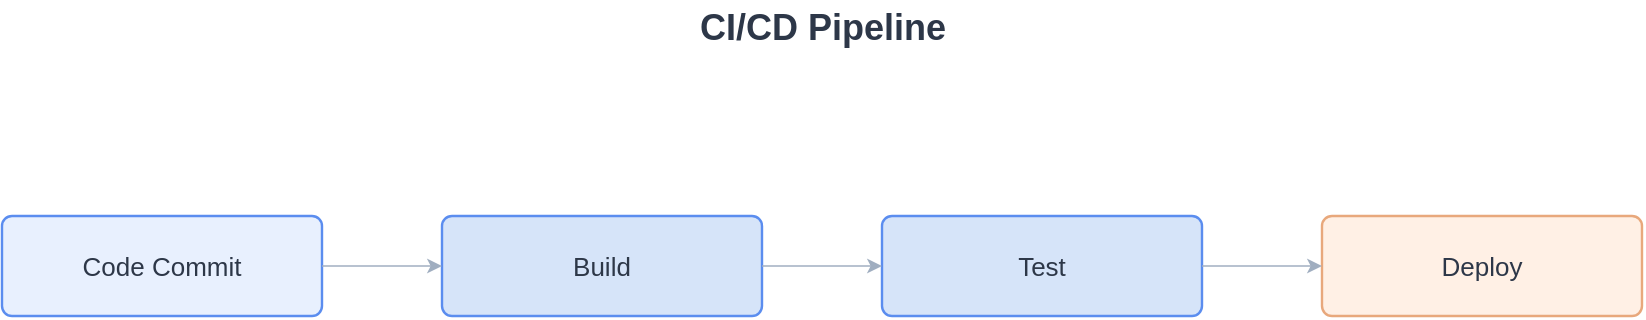
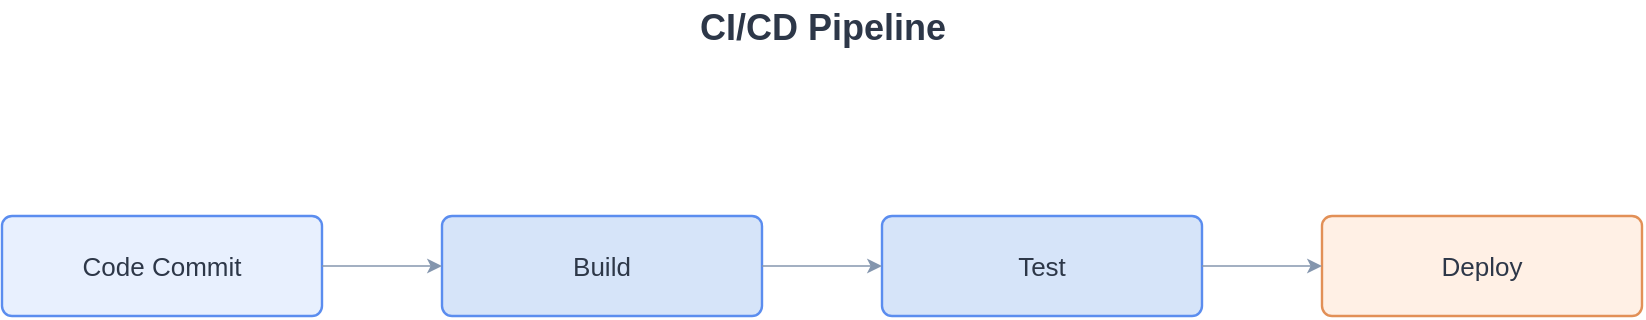
<mxfile host="app.diagrams.net">
    <diagram name="CI/CD Pipeline" id="cicd_001">
        <mxGraphModel dx="0" dy="0" grid="0" gridSize="10" guides="1" tooltips="1" connect="1" arrows="1" fold="1" page="0" pageScale="1" pageWidth="900" pageHeight="208" background="none" math="0" shadow="0">
            <root>
                <mxCell id="0"/>
                <mxCell id="1" parent="0"/>
                <mxCell id="title_main" value="CI/CD Pipeline" style="text;html=1;fontSize=18;fontColor=#2D3748;align=center;verticalAlign=middle;fontStyle=1;" parent="1" vertex="1">
                    <mxGeometry x="40" y="10" width="820" height="28" as="geometry"/>
                </mxCell>
                <mxCell id="node_1" value="Code Commit" style="rounded=1;whiteSpace=wrap;html=1;fillColor=#E8F0FE;strokeColor=#5B8DEF;strokeWidth=1.2;arcSize=10;fontSize=13;fontColor=#2D3748;" parent="1" vertex="1">
                    <mxGeometry x="40" y="118" width="160" height="50" as="geometry"/>
                </mxCell>
                <mxCell id="node_2" value="Build" style="rounded=1;whiteSpace=wrap;html=1;fillColor=#D6E4F9;strokeColor=#5B8DEF;strokeWidth=1.2;arcSize=10;fontSize=13;fontColor=#2D3748;" parent="1" vertex="1">
                    <mxGeometry x="260" y="118" width="160" height="50" as="geometry"/>
                </mxCell>
                <mxCell id="node_3" value="Test" style="rounded=1;whiteSpace=wrap;html=1;fillColor=#D6E4F9;strokeColor=#5B8DEF;strokeWidth=1.2;arcSize=10;fontSize=13;fontColor=#2D3748;" parent="1" vertex="1">
                    <mxGeometry x="480" y="118" width="160" height="50" as="geometry"/>
                </mxCell>
-                 <mxCell id="node_4" value="Deploy" style="rounded=1;whiteSpace=wrap;html=1;fillColor=#FFF0E5;strokeColor=#E8A87C;strokeWidth=1.2;arcSize=10;fontSize=13;fontColor=#2D3748;" parent="1" vertex="1">
+                 <mxCell id="node_4" value="Deploy" style="rounded=1;whiteSpace=wrap;html=1;fillColor=#FFF0E5;strokeColor=#E29057;strokeWidth=1.2;arcSize=10;fontSize=13;fontColor=#2D3748;" parent="1" vertex="1">
                    <mxGeometry x="700" y="118" width="160" height="50" as="geometry"/>
                </mxCell>
-                 <mxCell id="arr_1_2" style="edgeStyle=orthogonalEdgeStyle;endArrow=classic;strokeColor=#A0AEC0;strokeWidth=0.8;endSize=5;exitX=1;exitY=0.5;exitDx=0;exitDy=0;entryX=0;entryY=0.5;entryDx=0;entryDy=0;" parent="1" source="node_1" target="node_2" edge="1">
+                 <mxCell id="arr_1_2" style="edgeStyle=orthogonalEdgeStyle;endArrow=classic;strokeColor=#8496AE;strokeWidth=0.8;endSize=5;exitX=1;exitY=0.5;exitDx=0;exitDy=0;entryX=0;entryY=0.5;entryDx=0;entryDy=0;" parent="1" source="node_1" target="node_2" edge="1">
                    <mxGeometry relative="1" as="geometry"/>
                </mxCell>
-                 <mxCell id="arr_2_3" style="edgeStyle=orthogonalEdgeStyle;endArrow=classic;strokeColor=#A0AEC0;strokeWidth=0.8;endSize=5;exitX=1;exitY=0.5;exitDx=0;exitDy=0;entryX=0;entryY=0.5;entryDx=0;entryDy=0;" parent="1" source="node_2" target="node_3" edge="1">
+                 <mxCell id="arr_2_3" style="edgeStyle=orthogonalEdgeStyle;endArrow=classic;strokeColor=#8496AE;strokeWidth=0.8;endSize=5;exitX=1;exitY=0.5;exitDx=0;exitDy=0;entryX=0;entryY=0.5;entryDx=0;entryDy=0;" parent="1" source="node_2" target="node_3" edge="1">
                    <mxGeometry relative="1" as="geometry"/>
                </mxCell>
-                 <mxCell id="arr_3_4" style="edgeStyle=orthogonalEdgeStyle;endArrow=classic;strokeColor=#A0AEC0;strokeWidth=0.8;endSize=5;exitX=1;exitY=0.5;exitDx=0;exitDy=0;entryX=0;entryY=0.5;entryDx=0;entryDy=0;" parent="1" source="node_3" target="node_4" edge="1">
+                 <mxCell id="arr_3_4" style="edgeStyle=orthogonalEdgeStyle;endArrow=classic;strokeColor=#8496AE;strokeWidth=0.8;endSize=5;exitX=1;exitY=0.5;exitDx=0;exitDy=0;entryX=0;entryY=0.5;entryDx=0;entryDy=0;" parent="1" source="node_3" target="node_4" edge="1">
                    <mxGeometry relative="1" as="geometry"/>
                </mxCell>
            </root>
        </mxGraphModel>
    </diagram>
</mxfile>
